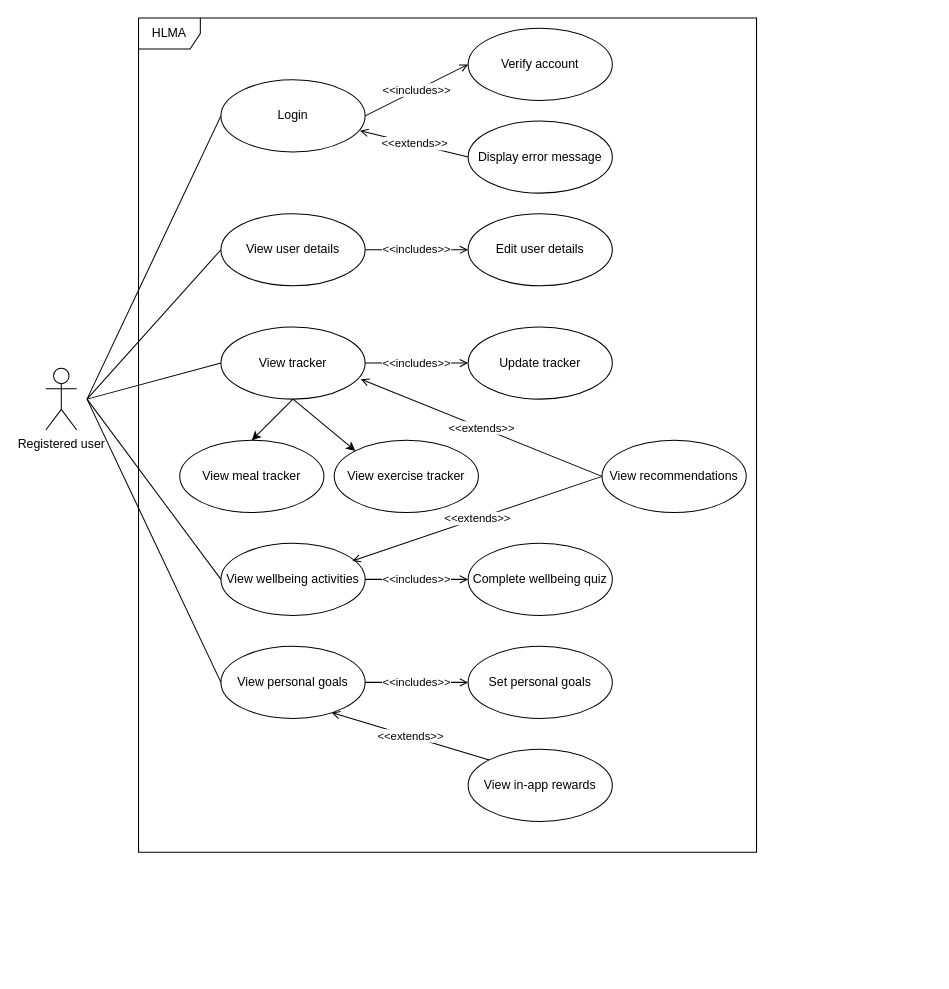
ahammond3aws/DC2SEN keeps this draw.io diagram as UseCaseDiagramRegisteredUsers.drawio. Above is the earlier version. Source tidied: cells renumbered, new cells numbered last; positions are measured from the earlier drawing's top-left corner, leaving out a move shared by most shapes. Both pictures are drawn from the tidied source at 103%, with x=0, y=0 at pixel (45, 18).
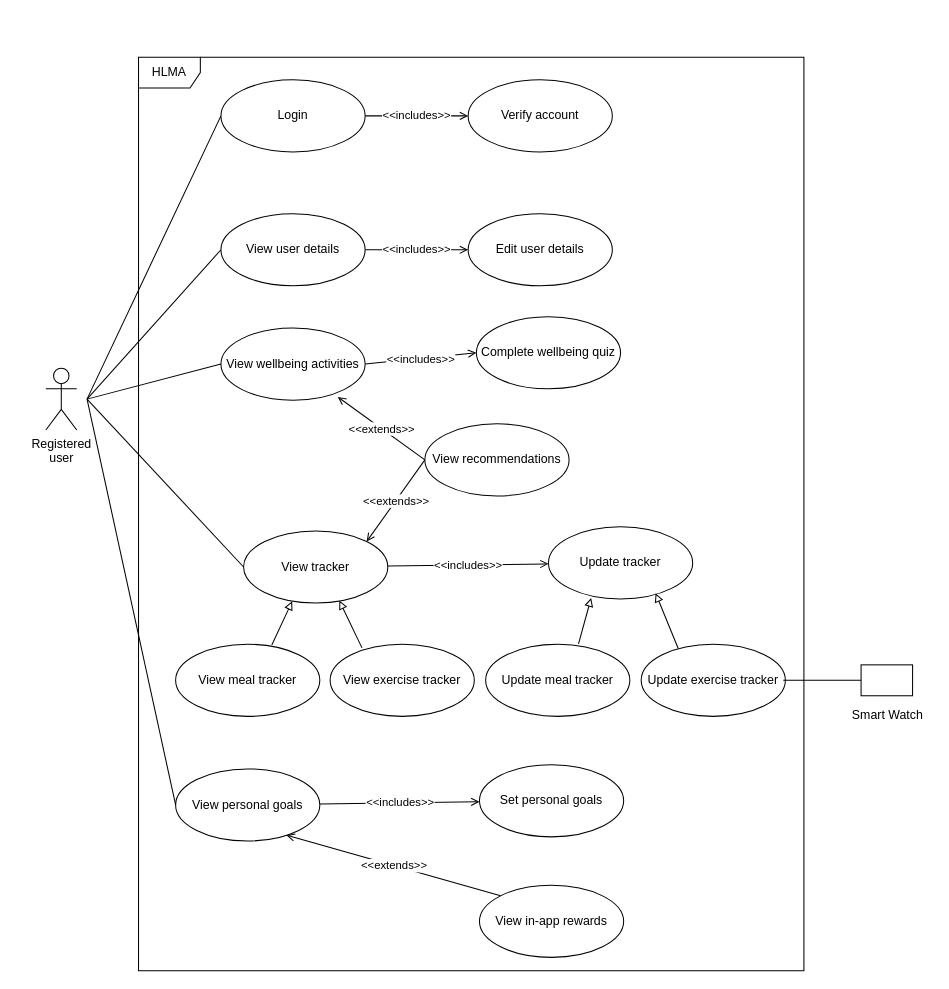
The same page after the edit.

The change refers to these unchanged cells:
```xml
<mxCell id="7" value="Login" style="ellipse;whiteSpace=wrap;html=1;" parent="1" vertex="1">
  <mxGeometry x="170" y="60" width="140" height="70" as="geometry" />
</mxCell>
```

Diff of the diagram source:
```diff
@@
-    <mxCell id="4" value="Registered user" style="shape=umlActor;verticalLabelPosition=bottom;verticalAlign=top;html=1;" parent="1" vertex="1">
+    <mxCell id="4" value="Registered&lt;br&gt;user" style="shape=umlActor;verticalLabelPosition=bottom;verticalAlign=top;html=1;spacingRight=0;spacingLeft=0;" parent="1" vertex="1">
       <mxGeometry y="340" width="30" height="60" as="geometry" />
     </mxCell>
     <mxCell id="5" value="HLMA" style="shape=umlFrame;whiteSpace=wrap;html=1;" parent="1" vertex="1">
-      <mxGeometry x="90" width="600" height="810" as="geometry" />
+      <mxGeometry x="90" y="38" width="646" height="887" as="geometry" />
     </mxCell>
@@
     <mxCell id="8" value="Verify account" style="ellipse;whiteSpace=wrap;html=1;" parent="1" vertex="1">
-      <mxGeometry x="410" y="10" width="140" height="70" as="geometry" />
+      <mxGeometry x="410" y="60" width="140" height="70" as="geometry" />
     </mxCell>
-    <mxCell id="9" value="&amp;lt;&amp;lt;extends&amp;gt;&amp;gt;" style="edgeStyle=none;rounded=0;jettySize=auto;html=1;exitX=0;exitY=0.5;exitDx=0;exitDy=0;entryX=0.964;entryY=0.707;entryDx=0;entryDy=0;entryPerimeter=0;endArrow=open;endFill=0;" parent="1" edge="1" source="10" target="7">
-      <mxGeometry relative="1" as="geometry" />
-    </mxCell>
-    <mxCell id="10" value="Display error message" style="ellipse;whiteSpace=wrap;html=1;" parent="1" vertex="1">
-      <mxGeometry x="410" y="100" width="140" height="70" as="geometry" />
-    </mxCell>
@@
-    <mxCell id="14" value="&amp;lt;&amp;lt;includes&amp;gt;&amp;gt;" style="edgeStyle=orthogonalEdgeStyle;rounded=0;jettySize=auto;html=1;endArrow=open;endFill=0;" parent="1" edge="1" source="17" target="18">
+    <mxCell id="14" value="&amp;lt;&amp;lt;includes&amp;gt;&amp;gt;" style="rounded=0;jettySize=auto;html=1;endArrow=open;endFill=0;" parent="1" edge="1" source="17" target="18">
       <mxGeometry relative="1" as="geometry" />
     </mxCell>
-    <mxCell id="15" style="rounded=0;jettySize=auto;html=1;exitX=0.5;exitY=1;exitDx=0;exitDy=0;entryX=0.5;entryY=0;entryDx=0;entryDy=0;" parent="1" edge="1" source="17" target="20">
+    <mxCell id="15" style="rounded=0;jettySize=auto;html=1;entryX=0.667;entryY=0.01;entryDx=0;entryDy=0;exitX=0.337;exitY=0.975;exitDx=0;exitDy=0;entryPerimeter=0;endArrow=none;endFill=0;startArrow=block;startFill=0;exitPerimeter=0;" parent="1" edge="1" source="17" target="20">
       <mxGeometry relative="1" as="geometry" />
     </mxCell>
-    <mxCell id="16" style="edgeStyle=none;rounded=0;jettySize=auto;html=1;exitX=0.5;exitY=1;exitDx=0;exitDy=0;entryX=0;entryY=0;entryDx=0;entryDy=0;" parent="1" edge="1" source="17" target="21">
+    <mxCell id="16" style="edgeStyle=none;rounded=0;jettySize=auto;html=1;entryX=0.221;entryY=0.05;entryDx=0;entryDy=0;entryPerimeter=0;startArrow=block;startFill=0;endArrow=none;endFill=0;exitX=0.664;exitY=0.966;exitDx=0;exitDy=0;exitPerimeter=0;" parent="1" edge="1" source="17" target="21">
       <mxGeometry relative="1" as="geometry" />
     </mxCell>
     <mxCell id="17" value="View tracker" style="ellipse;whiteSpace=wrap;html=1;" parent="1" vertex="1">
-      <mxGeometry x="170" y="300" width="140" height="70" as="geometry" />
+      <mxGeometry x="192" y="498" width="140" height="70" as="geometry" />
     </mxCell>
     <mxCell id="18" value="Update tracker" style="ellipse;whiteSpace=wrap;html=1;" parent="1" vertex="1">
-      <mxGeometry x="410" y="300" width="140" height="70" as="geometry" />
+      <mxGeometry x="488" y="494" width="140" height="70" as="geometry" />
     </mxCell>
@@
     <mxCell id="20" value="View meal tracker" style="ellipse;whiteSpace=wrap;html=1;" parent="1" vertex="1">
-      <mxGeometry x="130" y="410" width="140" height="70" as="geometry" />
+      <mxGeometry x="126" y="608" width="140" height="70" as="geometry" />
     </mxCell>
     <mxCell id="21" value="View exercise tracker" style="ellipse;whiteSpace=wrap;html=1;" parent="1" vertex="1">
-      <mxGeometry x="280" y="410" width="140" height="70" as="geometry" />
+      <mxGeometry x="276" y="608" width="140" height="70" as="geometry" />
     </mxCell>
@@
     <mxCell id="23" value="View wellbeing activities" style="ellipse;whiteSpace=wrap;html=1;" parent="1" vertex="1">
-      <mxGeometry x="170" y="510" width="140" height="70" as="geometry" />
+      <mxGeometry x="170" y="301" width="140" height="70" as="geometry" />
     </mxCell>
@@
     <mxCell id="25" value="Complete wellbeing quiz" style="ellipse;whiteSpace=wrap;html=1;" parent="1" vertex="1">
-      <mxGeometry x="410" y="510" width="140" height="70" as="geometry" />
+      <mxGeometry x="418" y="290" width="140" height="70" as="geometry" />
     </mxCell>
@@
     <mxCell id="27" value="View personal goals" style="ellipse;whiteSpace=wrap;html=1;" parent="1" vertex="1">
-      <mxGeometry x="170" y="610" width="140" height="70" as="geometry" />
+      <mxGeometry x="126" y="729" width="140" height="70" as="geometry" />
     </mxCell>
     <mxCell id="28" value="Set personal goals" style="ellipse;whiteSpace=wrap;html=1;" parent="1" vertex="1">
-      <mxGeometry x="410" y="610" width="140" height="70" as="geometry" />
+      <mxGeometry x="421" y="725" width="140" height="70" as="geometry" />
     </mxCell>
@@
     <mxCell id="30" value="View in-app rewards" style="ellipse;whiteSpace=wrap;html=1;" parent="1" vertex="1">
-      <mxGeometry x="410" y="710" width="140" height="70" as="geometry" />
+      <mxGeometry x="421" y="842" width="140" height="70" as="geometry" />
     </mxCell>
@@
-    <mxCell id="32" value="&amp;lt;&amp;lt;extends&amp;gt;&amp;gt;" style="edgeStyle=none;rounded=0;jettySize=auto;html=1;exitX=0;exitY=0.5;exitDx=0;exitDy=0;entryX=0.97;entryY=0.724;entryDx=0;entryDy=0;entryPerimeter=0;endArrow=open;endFill=0;" parent="1" edge="1" source="34" target="17">
+    <mxCell id="32" value="&amp;lt;&amp;lt;extends&amp;gt;&amp;gt;" style="edgeStyle=none;rounded=0;jettySize=auto;html=1;exitX=0;exitY=0.5;exitDx=0;exitDy=0;entryX=1;entryY=0;entryDx=0;entryDy=0;endArrow=open;endFill=0;" parent="1" edge="1" source="34" target="17">
       <mxGeometry relative="1" as="geometry" />
     </mxCell>
-    <mxCell id="33" value="&amp;lt;&amp;lt;extends&amp;gt;&amp;gt;" style="edgeStyle=none;rounded=0;jettySize=auto;html=1;exitX=0;exitY=0.5;exitDx=0;exitDy=0;entryX=0.911;entryY=0.245;entryDx=0;entryDy=0;entryPerimeter=0;endArrow=open;endFill=0;" parent="1" edge="1" source="34" target="23">
+    <mxCell id="33" value="&amp;lt;&amp;lt;extends&amp;gt;&amp;gt;" style="edgeStyle=none;rounded=0;jettySize=auto;html=1;exitX=0;exitY=0.5;exitDx=0;exitDy=0;entryX=0.81;entryY=0.955;entryDx=0;entryDy=0;endArrow=open;endFill=0;entryPerimeter=0;" parent="1" edge="1" source="34" target="23">
       <mxGeometry relative="1" as="geometry" />
     </mxCell>
     <mxCell id="34" value="View recommendations" style="ellipse;whiteSpace=wrap;html=1;" parent="1" vertex="1">
-      <mxGeometry x="540" y="410" width="140" height="70" as="geometry" />
+      <mxGeometry x="368" y="394" width="140" height="70" as="geometry" />
     </mxCell>
+    <mxCell id="35" value="Update meal tracker" style="ellipse;whiteSpace=wrap;html=1;" parent="1" vertex="1">
+      <mxGeometry x="427" y="608" width="140" height="70" as="geometry" />
+    </mxCell>
+    <mxCell id="36" value="Update exercise tracker" style="ellipse;whiteSpace=wrap;html=1;" parent="1" vertex="1">
+      <mxGeometry x="578" y="608" width="140" height="70" as="geometry" />
+    </mxCell>
+    <mxCell id="37" style="edgeStyle=none;rounded=0;jettySize=auto;html=1;entryX=0.296;entryY=0.986;entryDx=0;entryDy=0;entryPerimeter=0;exitX=0.644;exitY=-0.006;exitDx=0;exitDy=0;exitPerimeter=0;endArrow=block;endFill=0;" parent="1" edge="1" source="35" target="18">
+      <mxGeometry relative="1" as="geometry" />
+    </mxCell>
+    <mxCell id="38" style="edgeStyle=none;rounded=0;jettySize=auto;html=1;exitX=0.257;exitY=0.058;exitDx=0;exitDy=0;entryX=0.743;entryY=0.922;entryDx=0;entryDy=0;exitPerimeter=0;entryPerimeter=0;endArrow=block;endFill=0;" parent="1" edge="1" source="36" target="18">
+      <mxGeometry relative="1" as="geometry" />
+    </mxCell>
+    <mxCell id="39" style="edgeStyle=none;rounded=0;orthogonalLoop=1;jettySize=auto;html=1;exitX=0.5;exitY=1;exitDx=0;exitDy=0;" parent="1" edge="1" source="30" target="30">
+      <mxGeometry relative="1" as="geometry" />
+    </mxCell>
+    <mxCell id="40" style="group;" parent="1" vertex="1">
+      <mxGeometry x="773" y="628" width="87" height="62" as="geometry" />
+    </mxCell>
+    <mxCell id="41" style="html=1;" parent="40" vertex="1">
+      <mxGeometry x="18.5" width="50" height="30" as="geometry" />
+    </mxCell>
+    <mxCell id="42" value="Smart Watch" style="text;html=1;align=center;verticalAlign=middle;strokeColor=none;fillColor=none;" parent="40" vertex="1">
+      <mxGeometry y="36" width="87" height="26" as="geometry" />
+    </mxCell>
+    <mxCell id="43" style="edgeStyle=none;rounded=0;jettySize=auto;html=1;startArrow=none;startFill=0;endArrow=none;endFill=0;" parent="1" edge="1" source="41">
+      <mxGeometry relative="1" as="geometry">
+        <mxPoint x="716" y="643" as="targetPoint" />
+      </mxGeometry>
+    </mxCell>
```
